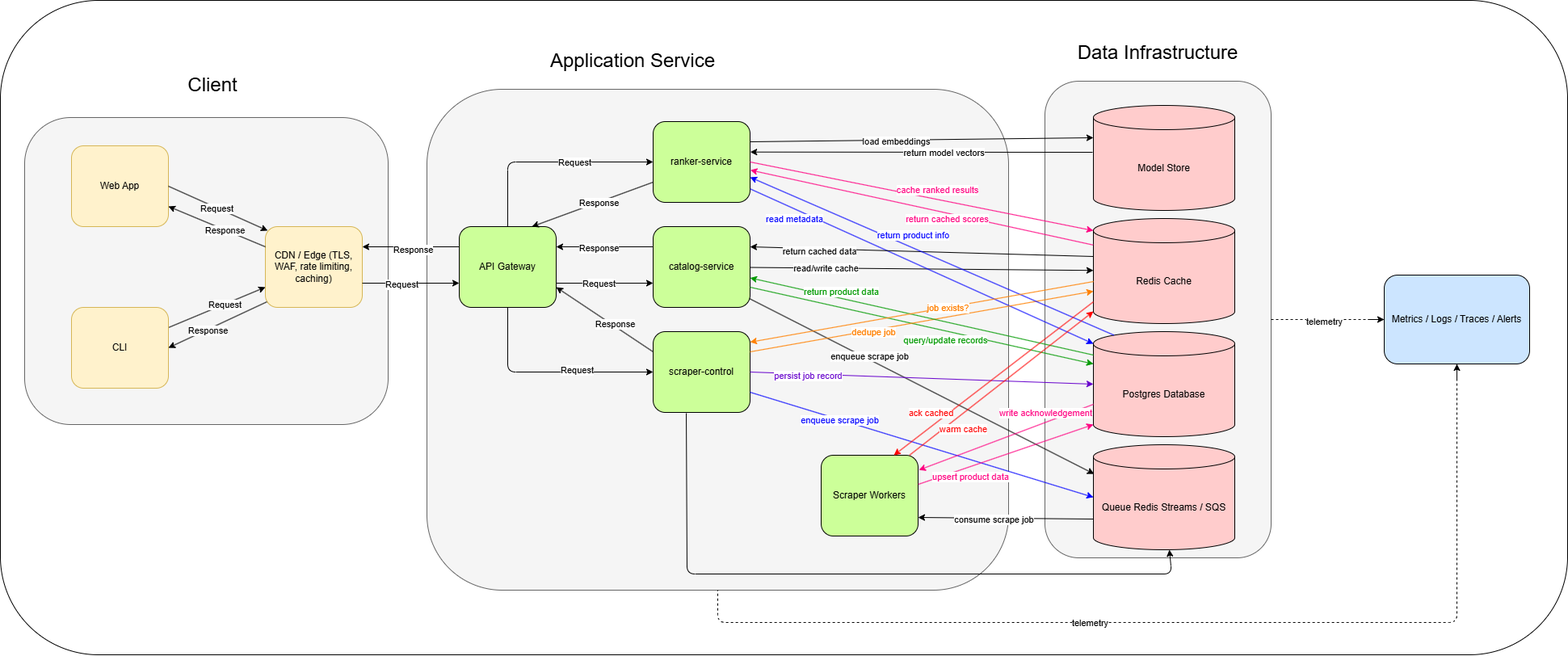
Above: fnd-agent-local/docs/architecture/HLD/HLD.drawio.png in jsfmu/floor-decor-agent (draw.io), before the change. Source tidied: cells renumbered, new cells last; positions are measured from the earlier drawing's top-left corner, leaving out a move shared by most shapes.
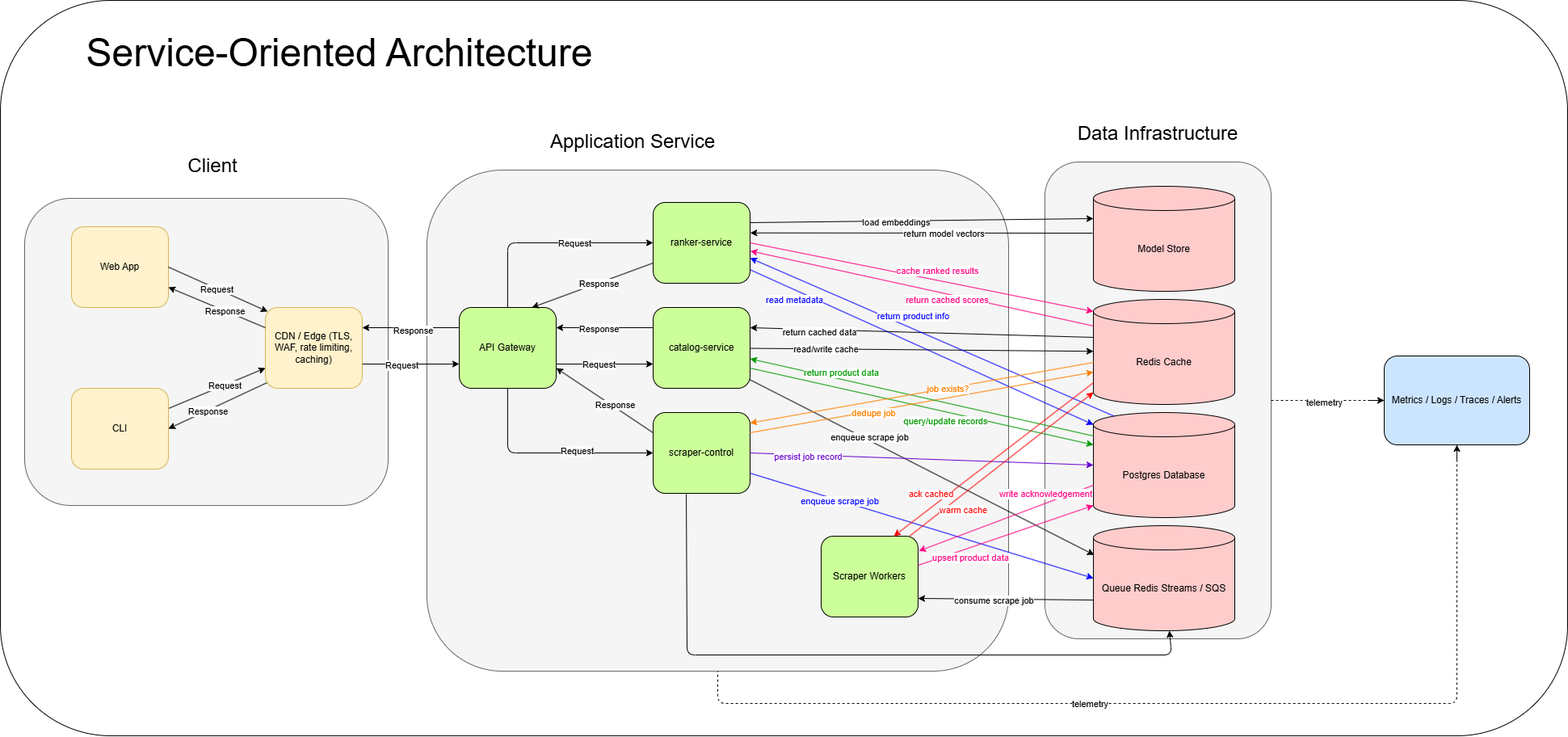
The same file after the commit.

Commit message:
Added header to diagram

Change to the diagram source:
```diff
@@ -3,7 +3,7 @@
     <mxCell id="0" />
     <mxCell id="1" parent="0" />
     <mxCell id="2" style="rounded=1;whiteSpace=wrap;html=1;fillColor=#FFFFFF;" parent="1" vertex="1">
-      <mxGeometry width="1940" height="810" as="geometry" />
+      <mxGeometry y="-100" width="1940" height="910" as="geometry" />
     </mxCell>
     <mxCell id="3" style="rounded=1;whiteSpace=wrap;html=1;fillColor=#f5f5f5;strokeColor=#666666;fontColor=#333333;" parent="1" vertex="1">
       <mxGeometry x="1293" y="100" width="280" height="590" as="geometry" />
@@ -346,5 +346,8 @@
         <mxPoint x="-8" as="offset" />
       </mxGeometry>
     </mxCell>
+    <mxCell id="93" value="&lt;font style=&quot;font-size: 48px;&quot;&gt;Service-Oriented Architecture&lt;/font&gt;" style="text;html=1;align=center;verticalAlign=middle;whiteSpace=wrap;rounded=0;" parent="1" vertex="1">
+      <mxGeometry x="80" y="-70" width="680" height="70" as="geometry" />
+    </mxCell>
   </root>
 </mxGraphModel>
```
